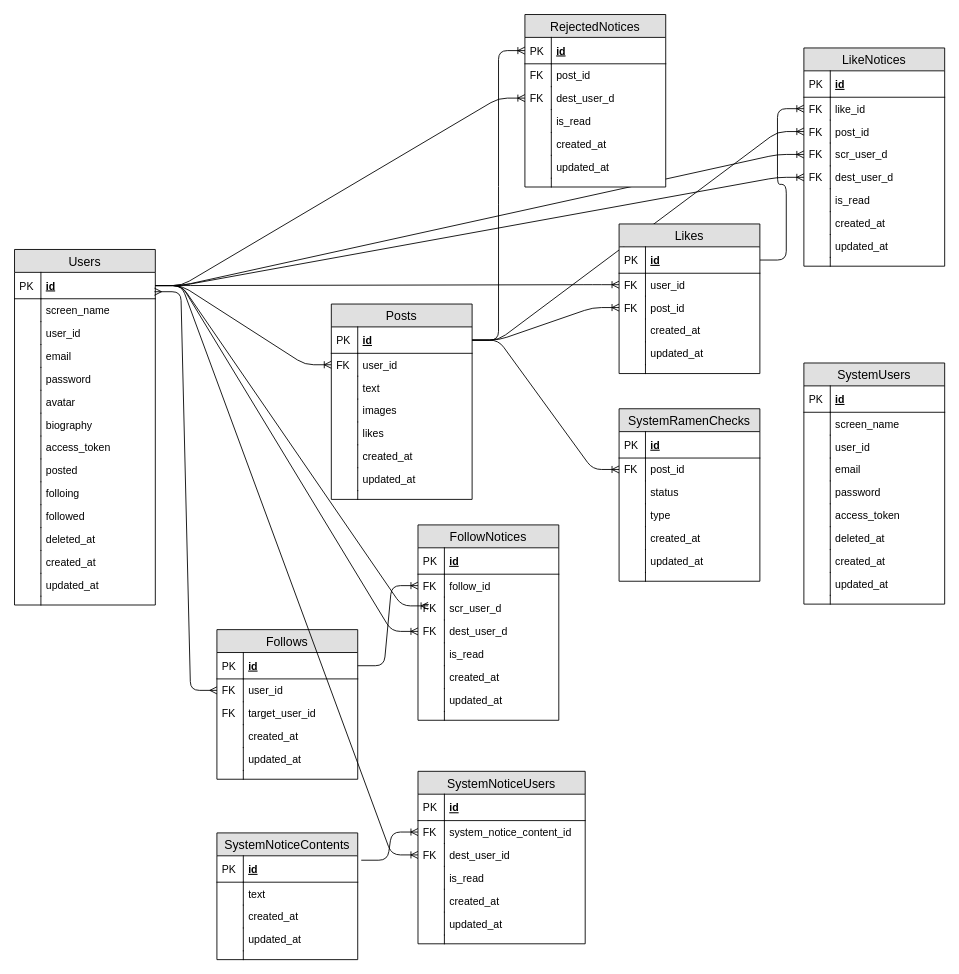
Before: images/db-design/E-Rdiagram.drawio in uyupun-archive/menstagram-docs, a draw.io diagram. Source tidied: cells renumbered, new cells numbered last; positions are measured from the earlier drawing's top-left corner, leaving out a move shared by most shapes. Both pictures are drawn from the tidied source at 88%, with x=0, y=0 at pixel (14, 14).
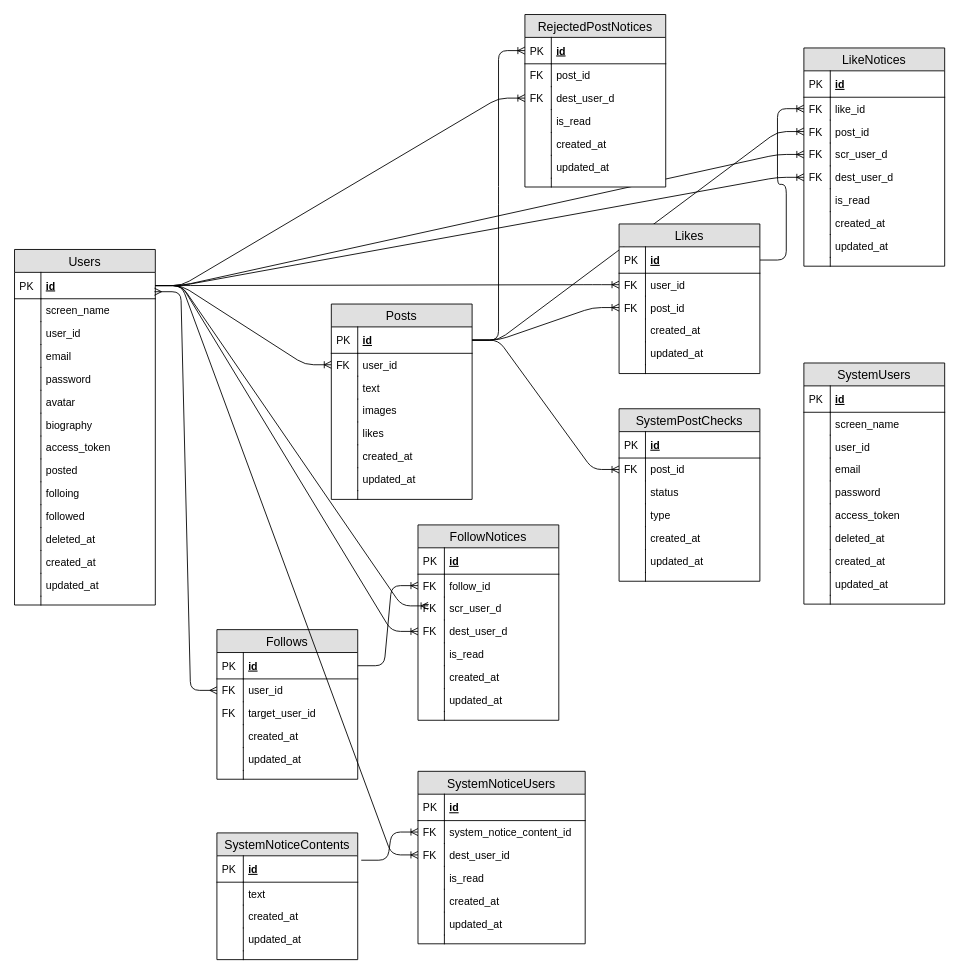
After the change.

What changed in the source:
```diff
@@
-    <mxCell id="131" value="SystemRamenChecks" style="swimlane;fontStyle=0;horizontal=1;startSize=26;fillColor=#e0e0e0;swimlaneFillColor=#ffffff;align=center;fontSize=14;" parent="1" vertex="1">
+    <mxCell id="131" value="SystemPostChecks" style="swimlane;fontStyle=0;horizontal=1;startSize=26;fillColor=#e0e0e0;swimlaneFillColor=#ffffff;align=center;fontSize=14;" parent="1" vertex="1">
       <mxGeometry x="687" y="448" width="160" height="196" as="geometry" />
     </mxCell>
@@
-    <mxCell id="188" value="RejectedNotices" style="swimlane;fontStyle=0;horizontal=1;startSize=26;fillColor=#e0e0e0;swimlaneFillColor=#ffffff;align=center;fontSize=14;" parent="1" vertex="1">
+    <mxCell id="188" value="RejectedPostNotices" style="swimlane;fontStyle=0;horizontal=1;startSize=26;fillColor=#e0e0e0;swimlaneFillColor=#ffffff;align=center;fontSize=14;" parent="1" vertex="1">
       <mxGeometry x="580" width="160" height="196" as="geometry" />
     </mxCell>
```
